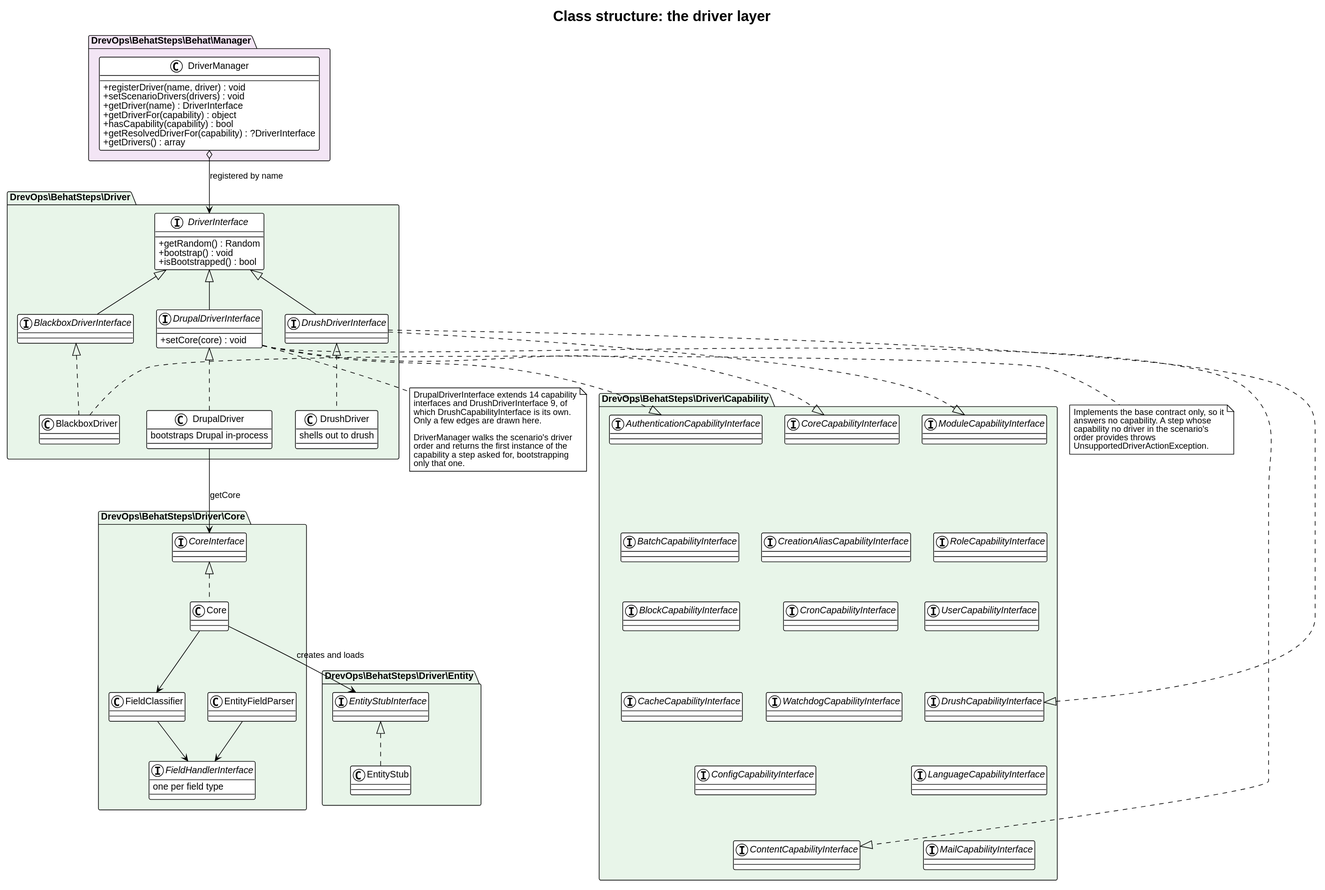
This is docs/architecture/class-drivers.svg from drevops/behat-steps, a PlantUML export, as it was before one commit.
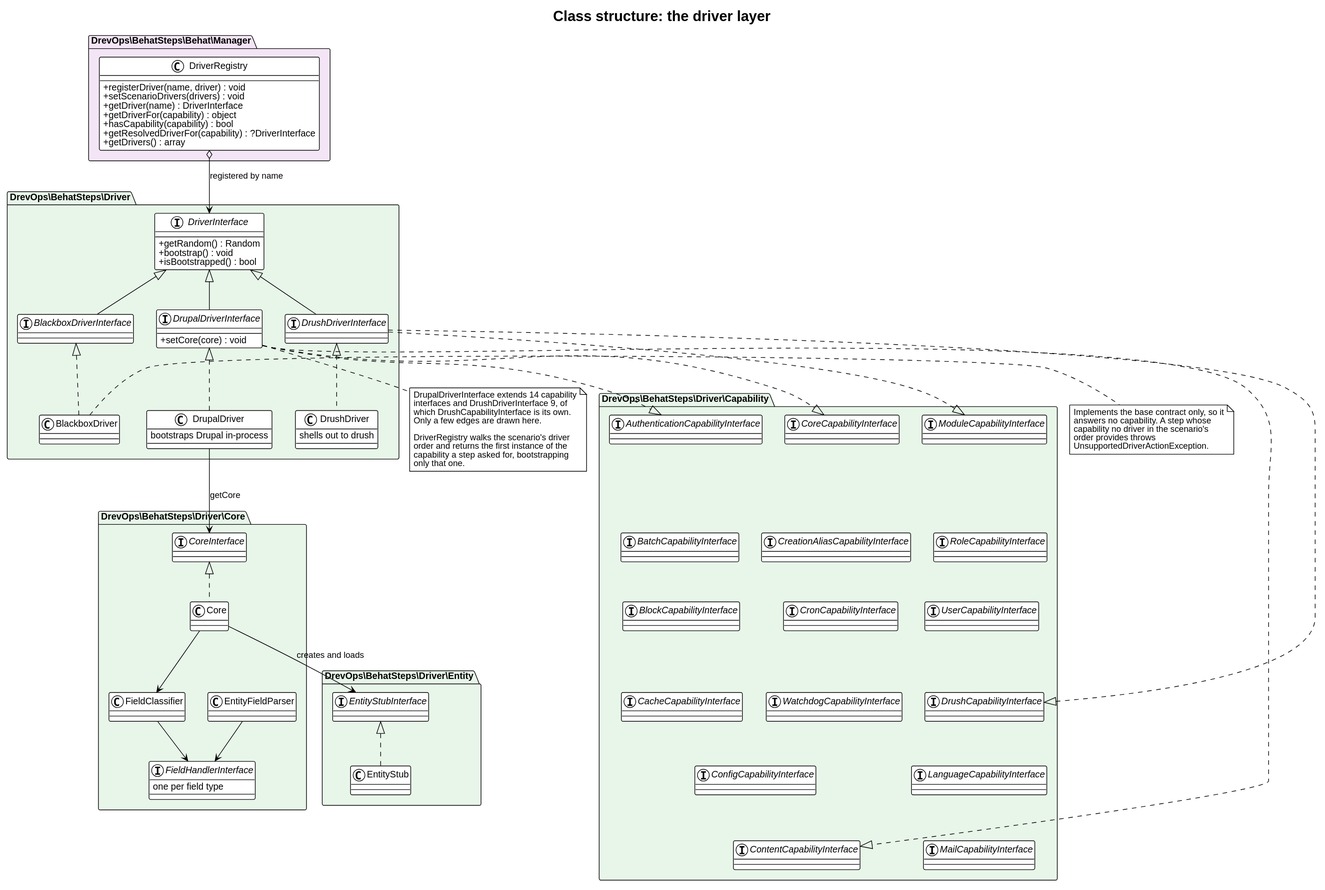
After the commit.

Commit message:
[#866] Documented the class rename and the naming rule behind it.

Diff of the diagram source:
```diff
@@ -7,7 +7,7 @@
 title Class structure: the driver layer
 
 package "DrevOps\\BehatSteps\\Behat\\Manager" #F3E5F5 {
-  class DriverManager {
+  class DriverRegistry {
     +registerDriver(name, driver) : void
     +setScenarioDrivers(drivers) : void
     +getDriver(name) : DriverInterface
@@ -105,7 +105,7 @@
   EntityStubInterface <|.. EntityStub
 }
 
-DriverManager o--> DriverInterface : registered by name
+DriverRegistry o--> DriverInterface : registered by name
 
 DrupalDriverInterface ..|> AuthenticationCapabilityInterface
 DrupalDriverInterface ..|> ContentCapabilityInterface
@@ -130,7 +130,7 @@
   which DrushCapabilityInterface is its own.
   Only a few edges are drawn here.
 
-  DriverManager walks the scenario's driver
+  DriverRegistry walks the scenario's driver
   order and returns the first instance of the
   capability a step asked for, bootstrapping
   only that one.
```
